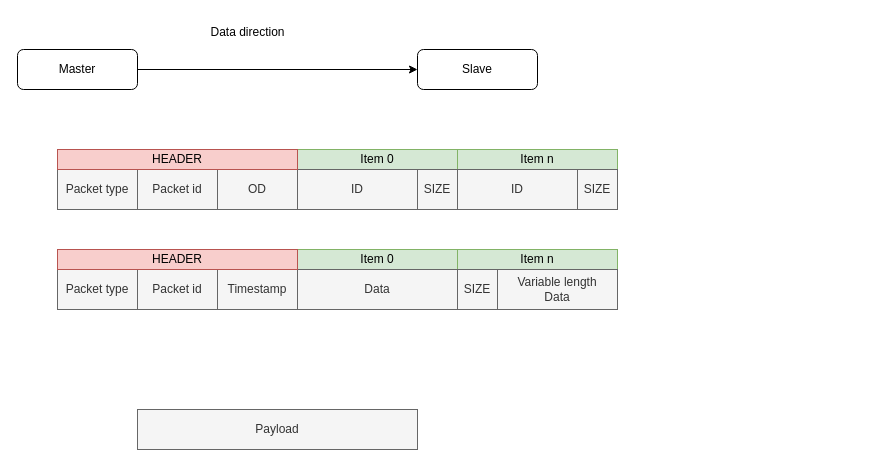
This is page "Page-1" (2 of 3) of docs/design.drawio from fvsolutions-dev/odin-stream, a draw.io file, before an edit. Source tidied: cells renumbered, new cells numbered last; positions are measured from the earlier drawing's top-left corner, leaving out a move shared by most shapes. Both pictures are drawn from the tidied source at 100%, with x=0, y=0 at pixel (17, 17).
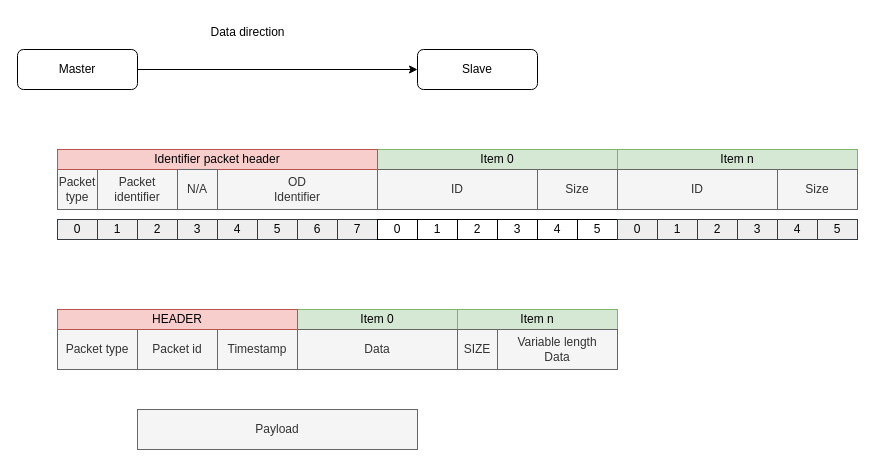
Above is the later version.

Change to the diagram source:
```diff
@@
-    <mxCell id="7" value="&lt;span style=&quot;color: rgb(51, 51, 51);&quot;&gt;Packet type&lt;/span&gt;" style="rounded=0;whiteSpace=wrap;html=1;fillColor=#f5f5f5;strokeColor=#666666;fontColor=#333333;" parent="1" vertex="1">
-      <mxGeometry x="40" y="152" width="80" height="40" as="geometry" />
+    <mxCell id="7" value="&lt;span style=&quot;color: rgb(51, 51, 51);&quot;&gt;Packet&lt;br&gt;type&lt;/span&gt;" style="rounded=0;whiteSpace=wrap;html=1;fillColor=#f5f5f5;strokeColor=#666666;fontColor=#333333;" parent="1" vertex="1">
+      <mxGeometry x="40" y="152" width="40" height="40" as="geometry" />
     </mxCell>
-    <mxCell id="8" value="&lt;span style=&quot;color: rgb(51, 51, 51);&quot;&gt;Packet id&lt;/span&gt;" style="rounded=0;whiteSpace=wrap;html=1;fillColor=#f5f5f5;strokeColor=#666666;fontColor=#333333;" parent="1" vertex="1">
-      <mxGeometry x="120" y="152" width="80" height="40" as="geometry" />
+    <mxCell id="8" value="&lt;span style=&quot;color: rgb(51, 51, 51);&quot;&gt;Packet identifier&lt;/span&gt;" style="rounded=0;whiteSpace=wrap;html=1;fillColor=#f5f5f5;strokeColor=#666666;fontColor=#333333;" parent="1" vertex="1">
+      <mxGeometry x="80" y="152" width="80" height="40" as="geometry" />
     </mxCell>
-    <mxCell id="9" value="&lt;span style=&quot;color: rgb(51, 51, 51);&quot;&gt;OD&lt;/span&gt;" style="rounded=0;whiteSpace=wrap;html=1;fillColor=#f5f5f5;strokeColor=#666666;fontColor=#333333;" parent="1" vertex="1">
-      <mxGeometry x="200" y="152" width="80" height="40" as="geometry" />
+    <mxCell id="9" value="&lt;span style=&quot;color: rgb(51, 51, 51);&quot;&gt;OD&lt;br&gt;Identifier&lt;br&gt;&lt;/span&gt;" style="rounded=0;whiteSpace=wrap;html=1;fillColor=#f5f5f5;strokeColor=#666666;fontColor=#333333;" parent="1" vertex="1">
+      <mxGeometry x="200" y="152" width="160" height="40" as="geometry" />
     </mxCell>
     <mxCell id="10" value="Item 0" style="rounded=0;whiteSpace=wrap;html=1;fillColor=#d5e8d4;strokeColor=#82b366;" parent="1" vertex="1">
-      <mxGeometry x="280" y="132" width="160" height="20" as="geometry" />
+      <mxGeometry x="360" y="132" width="240" height="20" as="geometry" />
     </mxCell>
     <mxCell id="11" value="&lt;span style=&quot;color: rgb(51, 51, 51);&quot;&gt;ID&lt;/span&gt;" style="rounded=0;whiteSpace=wrap;html=1;fillColor=#f5f5f5;strokeColor=#666666;fontColor=#333333;" parent="1" vertex="1">
-      <mxGeometry x="280" y="152" width="120" height="40" as="geometry" />
+      <mxGeometry x="360" y="152" width="160" height="40" as="geometry" />
     </mxCell>
-    <mxCell id="12" value="HEADER" style="rounded=0;whiteSpace=wrap;html=1;fillColor=#f8cecc;strokeColor=#b85450;" parent="1" vertex="1">
-      <mxGeometry x="40" y="132" width="240" height="20" as="geometry" />
+    <mxCell id="12" value="Identifier packet header" style="rounded=0;whiteSpace=wrap;html=1;fillColor=#f8cecc;strokeColor=#b85450;" parent="1" vertex="1">
+      <mxGeometry x="40" y="132" width="320" height="20" as="geometry" />
     </mxCell>
-    <mxCell id="13" value="&lt;span style=&quot;color: rgb(51, 51, 51);&quot;&gt;SIZE&lt;/span&gt;" style="rounded=0;whiteSpace=wrap;html=1;fillColor=#f5f5f5;strokeColor=#666666;fontColor=#333333;" parent="1" vertex="1">
-      <mxGeometry x="400" y="152" width="40" height="40" as="geometry" />
+    <mxCell id="13" value="&lt;span style=&quot;color: rgb(51, 51, 51);&quot;&gt;Size&lt;/span&gt;" style="rounded=0;whiteSpace=wrap;html=1;fillColor=#f5f5f5;strokeColor=#666666;fontColor=#333333;" parent="1" vertex="1">
+      <mxGeometry x="520" y="152" width="80" height="40" as="geometry" />
     </mxCell>
     <mxCell id="14" value="Item n" style="rounded=0;whiteSpace=wrap;html=1;fillColor=#d5e8d4;strokeColor=#82b366;" parent="1" vertex="1">
-      <mxGeometry x="440" y="132" width="160" height="20" as="geometry" />
+      <mxGeometry x="600" y="132" width="240" height="20" as="geometry" />
     </mxCell>
     <mxCell id="15" value="&lt;span style=&quot;color: rgb(51, 51, 51);&quot;&gt;ID&lt;/span&gt;" style="rounded=0;whiteSpace=wrap;html=1;fillColor=#f5f5f5;strokeColor=#666666;fontColor=#333333;" parent="1" vertex="1">
-      <mxGeometry x="440" y="152" width="120" height="40" as="geometry" />
+      <mxGeometry x="600" y="152" width="160" height="40" as="geometry" />
     </mxCell>
-    <mxCell id="16" value="&lt;span style=&quot;color: rgb(51, 51, 51);&quot;&gt;SIZE&lt;/span&gt;" style="rounded=0;whiteSpace=wrap;html=1;fillColor=#f5f5f5;strokeColor=#666666;fontColor=#333333;" parent="1" vertex="1">
-      <mxGeometry x="560" y="152" width="40" height="40" as="geometry" />
+    <mxCell id="16" value="&lt;span style=&quot;color: rgb(51, 51, 51);&quot;&gt;Size&lt;/span&gt;" style="rounded=0;whiteSpace=wrap;html=1;fillColor=#f5f5f5;strokeColor=#666666;fontColor=#333333;" parent="1" vertex="1">
+      <mxGeometry x="760" y="152" width="80" height="40" as="geometry" />
     </mxCell>
     <mxCell id="17" value="&lt;span style=&quot;color: rgb(51, 51, 51);&quot;&gt;Packet type&lt;/span&gt;" style="rounded=0;whiteSpace=wrap;html=1;fillColor=#f5f5f5;strokeColor=#666666;fontColor=#333333;" parent="1" vertex="1">
-      <mxGeometry x="40" y="252" width="80" height="40" as="geometry" />
+      <mxGeometry x="40" y="312" width="80" height="40" as="geometry" />
     </mxCell>
     <mxCell id="18" value="&lt;span style=&quot;color: rgb(51, 51, 51);&quot;&gt;Packet id&lt;/span&gt;" style="rounded=0;whiteSpace=wrap;html=1;fillColor=#f5f5f5;strokeColor=#666666;fontColor=#333333;" parent="1" vertex="1">
-      <mxGeometry x="120" y="252" width="80" height="40" as="geometry" />
+      <mxGeometry x="120" y="312" width="80" height="40" as="geometry" />
     </mxCell>
     <mxCell id="19" value="&lt;span style=&quot;color: rgb(51, 51, 51);&quot;&gt;Timestamp&lt;/span&gt;" style="rounded=0;whiteSpace=wrap;html=1;fillColor=#f5f5f5;strokeColor=#666666;fontColor=#333333;" parent="1" vertex="1">
-      <mxGeometry x="200" y="252" width="80" height="40" as="geometry" />
+      <mxGeometry x="200" y="312" width="80" height="40" as="geometry" />
     </mxCell>
     <mxCell id="20" value="Item 0" style="rounded=0;whiteSpace=wrap;html=1;fillColor=#d5e8d4;strokeColor=#82b366;" parent="1" vertex="1">
-      <mxGeometry x="280" y="232" width="160" height="20" as="geometry" />
+      <mxGeometry x="280" y="292" width="160" height="20" as="geometry" />
     </mxCell>
     <mxCell id="21" value="&lt;span style=&quot;color: rgb(51, 51, 51);&quot;&gt;Data&lt;/span&gt;" style="rounded=0;whiteSpace=wrap;html=1;fillColor=#f5f5f5;strokeColor=#666666;fontColor=#333333;" parent="1" vertex="1">
-      <mxGeometry x="280" y="252" width="160" height="40" as="geometry" />
+      <mxGeometry x="280" y="312" width="160" height="40" as="geometry" />
     </mxCell>
     <mxCell id="22" value="HEADER" style="rounded=0;whiteSpace=wrap;html=1;fillColor=#f8cecc;strokeColor=#b85450;" parent="1" vertex="1">
-      <mxGeometry x="40" y="232" width="240" height="20" as="geometry" />
+      <mxGeometry x="40" y="292" width="240" height="20" as="geometry" />
     </mxCell>
     <mxCell id="23" value="Item n" style="rounded=0;whiteSpace=wrap;html=1;fillColor=#d5e8d4;strokeColor=#82b366;" parent="1" vertex="1">
-      <mxGeometry x="440" y="232" width="160" height="20" as="geometry" />
+      <mxGeometry x="440" y="292" width="160" height="20" as="geometry" />
     </mxCell>
     <mxCell id="24" value="&lt;span style=&quot;color: rgb(51, 51, 51);&quot;&gt;Variable length&lt;br&gt;Data&lt;/span&gt;" style="rounded=0;whiteSpace=wrap;html=1;fillColor=#f5f5f5;strokeColor=#666666;fontColor=#333333;" parent="1" vertex="1">
-      <mxGeometry x="480" y="252" width="120" height="40" as="geometry" />
+      <mxGeometry x="480" y="312" width="120" height="40" as="geometry" />
     </mxCell>
     <mxCell id="25" value="&lt;span style=&quot;color: rgb(51, 51, 51);&quot;&gt;SIZE&lt;/span&gt;" style="rounded=0;whiteSpace=wrap;html=1;fillColor=#f5f5f5;strokeColor=#666666;fontColor=#333333;" parent="1" vertex="1">
-      <mxGeometry x="440" y="252" width="40" height="40" as="geometry" />
+      <mxGeometry x="440" y="312" width="40" height="40" as="geometry" />
     </mxCell>
+    <mxCell id="26" value="N/A" style="rounded=0;whiteSpace=wrap;html=1;fillColor=#f5f5f5;strokeColor=#666666;fontColor=#333333;" parent="1" vertex="1">
+      <mxGeometry x="160" y="152" width="40" height="40" as="geometry" />
+    </mxCell>
+    <mxCell id="27" value="0" style="rounded=0;whiteSpace=wrap;html=1;fillColor=#eeeeee;strokeColor=#36393d;" parent="1" vertex="1">
+      <mxGeometry x="40" y="202" width="40" height="20" as="geometry" />
+    </mxCell>
+    <mxCell id="28" value="1" style="rounded=0;whiteSpace=wrap;html=1;fillColor=#eeeeee;strokeColor=#36393d;" parent="1" vertex="1">
+      <mxGeometry x="80" y="202" width="40" height="20" as="geometry" />
+    </mxCell>
+    <mxCell id="29" value="2" style="rounded=0;whiteSpace=wrap;html=1;fillColor=#eeeeee;strokeColor=#36393d;" parent="1" vertex="1">
+      <mxGeometry x="120" y="202" width="40" height="20" as="geometry" />
+    </mxCell>
+    <mxCell id="30" value="3" style="rounded=0;whiteSpace=wrap;html=1;fillColor=#eeeeee;strokeColor=#36393d;" parent="1" vertex="1">
+      <mxGeometry x="160" y="202" width="40" height="20" as="geometry" />
+    </mxCell>
+    <mxCell id="31" value="4" style="rounded=0;whiteSpace=wrap;html=1;fillColor=#eeeeee;strokeColor=#36393d;" parent="1" vertex="1">
+      <mxGeometry x="200" y="202" width="40" height="20" as="geometry" />
+    </mxCell>
+    <mxCell id="32" value="5" style="rounded=0;whiteSpace=wrap;html=1;fillColor=#eeeeee;strokeColor=#36393d;" parent="1" vertex="1">
+      <mxGeometry x="240" y="202" width="40" height="20" as="geometry" />
+    </mxCell>
+    <mxCell id="33" value="6" style="rounded=0;whiteSpace=wrap;html=1;fillColor=#eeeeee;strokeColor=#36393d;" parent="1" vertex="1">
+      <mxGeometry x="280" y="202" width="40" height="20" as="geometry" />
+    </mxCell>
+    <mxCell id="34" value="7" style="rounded=0;whiteSpace=wrap;html=1;fillColor=#eeeeee;strokeColor=#36393d;" parent="1" vertex="1">
+      <mxGeometry x="320" y="202" width="40" height="20" as="geometry" />
+    </mxCell>
+    <mxCell id="35" value="0" style="rounded=0;whiteSpace=wrap;html=1;" parent="1" vertex="1">
+      <mxGeometry x="360" y="202" width="40" height="20" as="geometry" />
+    </mxCell>
+    <mxCell id="36" value="1" style="rounded=0;whiteSpace=wrap;html=1;" parent="1" vertex="1">
+      <mxGeometry x="400" y="202" width="40" height="20" as="geometry" />
+    </mxCell>
+    <mxCell id="37" value="2" style="rounded=0;whiteSpace=wrap;html=1;" parent="1" vertex="1">
+      <mxGeometry x="440" y="202" width="40" height="20" as="geometry" />
+    </mxCell>
+    <mxCell id="38" value="3" style="rounded=0;whiteSpace=wrap;html=1;" parent="1" vertex="1">
+      <mxGeometry x="480" y="202" width="40" height="20" as="geometry" />
+    </mxCell>
+    <mxCell id="39" value="4" style="rounded=0;whiteSpace=wrap;html=1;" parent="1" vertex="1">
+      <mxGeometry x="520" y="202" width="40" height="20" as="geometry" />
+    </mxCell>
+    <mxCell id="40" value="5" style="rounded=0;whiteSpace=wrap;html=1;" parent="1" vertex="1">
+      <mxGeometry x="560" y="202" width="40" height="20" as="geometry" />
+    </mxCell>
+    <mxCell id="41" value="0" style="rounded=0;whiteSpace=wrap;html=1;fillColor=#eeeeee;strokeColor=#36393d;" parent="1" vertex="1">
+      <mxGeometry x="600" y="202" width="40" height="20" as="geometry" />
+    </mxCell>
+    <mxCell id="42" value="1" style="rounded=0;whiteSpace=wrap;html=1;fillColor=#eeeeee;strokeColor=#36393d;" parent="1" vertex="1">
+      <mxGeometry x="640" y="202" width="40" height="20" as="geometry" />
+    </mxCell>
+    <mxCell id="43" value="2" style="rounded=0;whiteSpace=wrap;html=1;fillColor=#eeeeee;strokeColor=#36393d;" parent="1" vertex="1">
+      <mxGeometry x="680" y="202" width="40" height="20" as="geometry" />
+    </mxCell>
+    <mxCell id="44" value="3" style="rounded=0;whiteSpace=wrap;html=1;fillColor=#eeeeee;strokeColor=#36393d;" parent="1" vertex="1">
+      <mxGeometry x="720" y="202" width="40" height="20" as="geometry" />
+    </mxCell>
+    <mxCell id="45" value="4" style="rounded=0;whiteSpace=wrap;html=1;fillColor=#eeeeee;strokeColor=#36393d;" parent="1" vertex="1">
+      <mxGeometry x="760" y="202" width="40" height="20" as="geometry" />
+    </mxCell>
+    <mxCell id="46" value="5" style="rounded=0;whiteSpace=wrap;html=1;fillColor=#eeeeee;strokeColor=#36393d;" parent="1" vertex="1">
+      <mxGeometry x="800" y="202" width="40" height="20" as="geometry" />
+    </mxCell>
```
